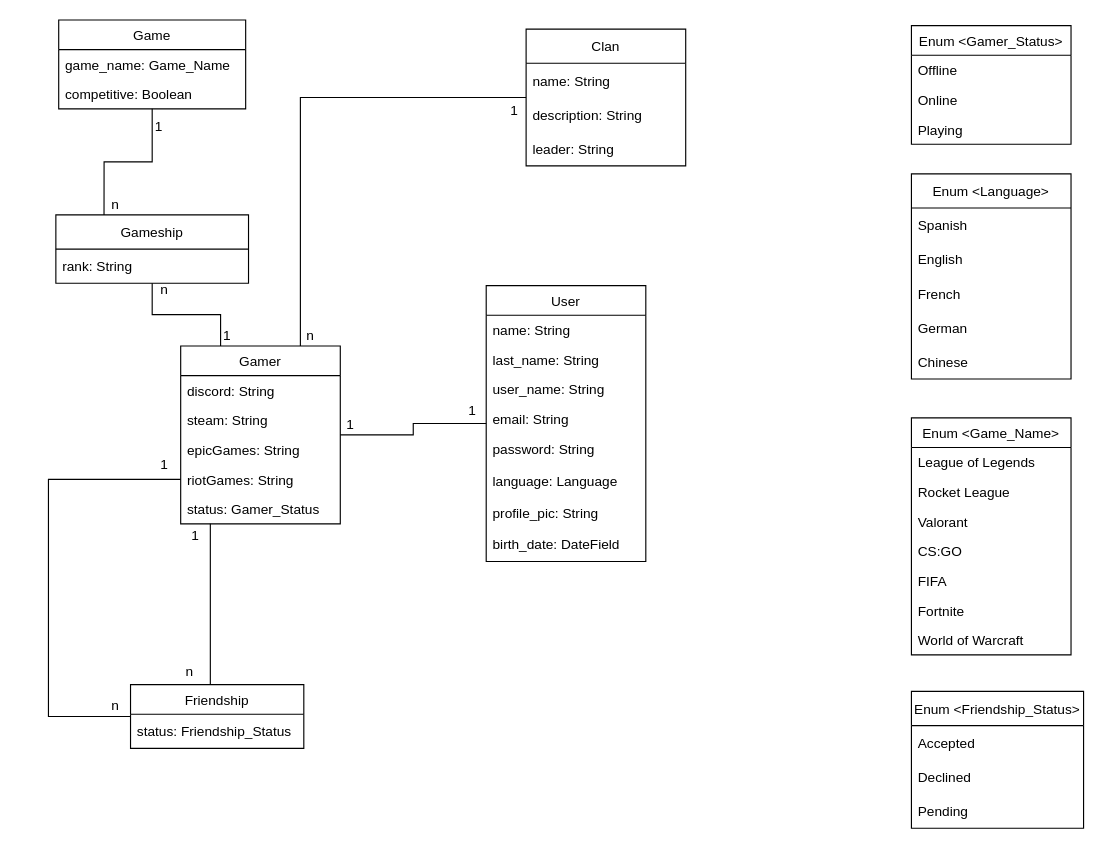
Above: Documentación/UML.drawio in javmarjae/TFG (draw.io), before the change. Source tidied: cells renumbered, new cells numbered last; positions are measured from the earlier drawing's top-left corner, leaving out a move shared by most shapes. Both pictures are drawn from the tidied source at 114%, with x=0, y=0 at pixel (48, 19).
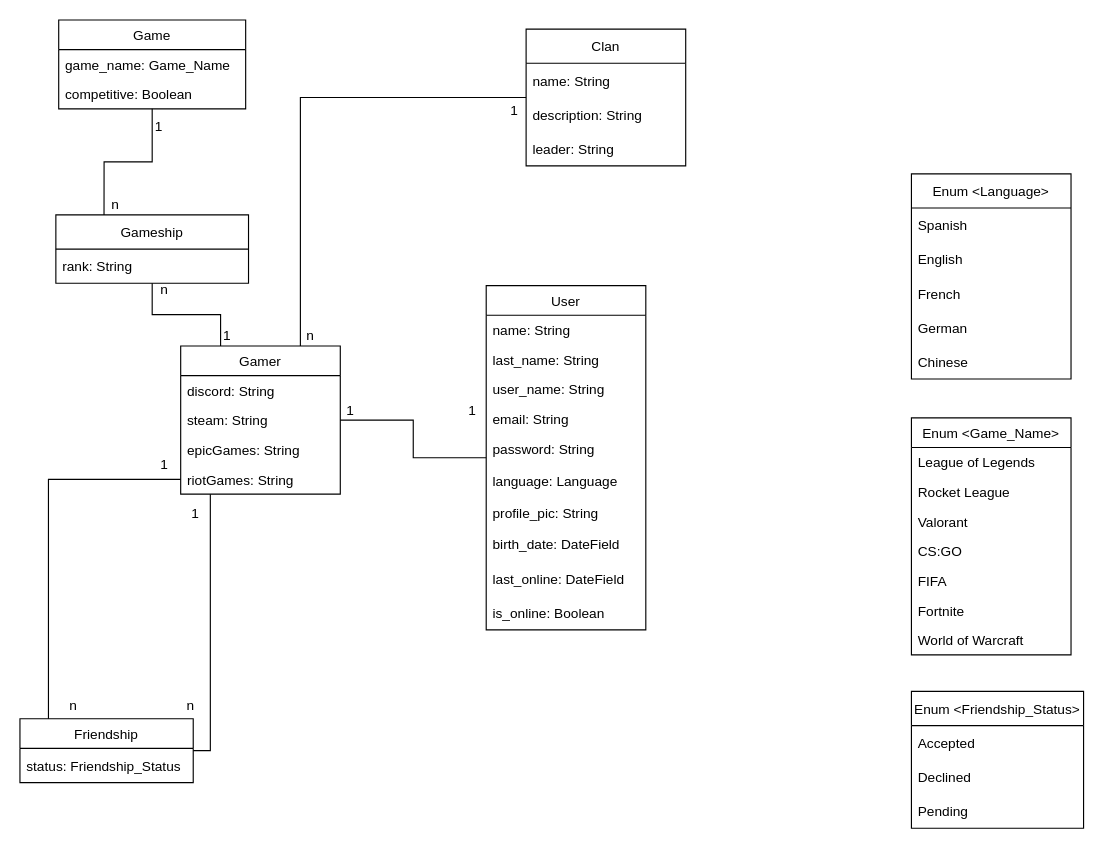
After the change.

Diff of the diagram source:
```diff
@@
     <mxCell id="3" value="User" style="swimlane;fontStyle=0;horizontal=1;startSize=26;fillColor=none;" parent="1" vertex="1">
-      <mxGeometry x="384" y="233" width="140" height="242" as="geometry" />
+      <mxGeometry x="384" y="233" width="140" height="302" as="geometry" />
     </mxCell>
@@
+    <mxCell id="68" value="last_online: DateField" style="text;strokeColor=none;fillColor=none;align=left;verticalAlign=middle;spacingLeft=4;spacingRight=4;overflow=hidden;" parent="3" vertex="1">
+      <mxGeometry y="242" width="140" height="30" as="geometry" />
+    </mxCell>
+    <mxCell id="69" value="is_online: Boolean" style="text;strokeColor=none;fillColor=none;align=left;verticalAlign=middle;spacingLeft=4;spacingRight=4;overflow=hidden;" parent="3" vertex="1">
+      <mxGeometry y="272" width="140" height="30" as="geometry" />
+    </mxCell>
@@
     <mxCell id="24" value="Gamer" style="swimlane;fontStyle=0;horizontal=1;startSize=26;fillColor=none;" parent="1" vertex="1">
-      <mxGeometry x="116" y="286" width="140" height="156" as="geometry" />
+      <mxGeometry x="116" y="286" width="140" height="130" as="geometry" />
     </mxCell>
@@
-    <mxCell id="29" value="status: Gamer_Status" style="text;strokeColor=none;fillColor=none;align=left;verticalAlign=top;spacingLeft=4;spacingRight=4;overflow=hidden;" parent="24" vertex="1">
-      <mxGeometry y="130" width="140" height="26" as="geometry" />
-    </mxCell>
-    <mxCell id="30" value="Enum &lt;Gamer_Status&gt;" style="swimlane;fontStyle=0;horizontal=1;startSize=26;fillColor=none;" parent="1" vertex="1">
-      <mxGeometry x="757" y="5" width="140" height="104" as="geometry" />
-    </mxCell>
-    <mxCell id="31" value="Offline" style="text;strokeColor=none;fillColor=none;align=left;verticalAlign=top;spacingLeft=4;spacingRight=4;overflow=hidden;" parent="30" vertex="1">
-      <mxGeometry y="26" width="140" height="26" as="geometry" />
-    </mxCell>
-    <mxCell id="32" value="Online" style="text;strokeColor=none;fillColor=none;align=left;verticalAlign=top;spacingLeft=4;spacingRight=4;overflow=hidden;" parent="30" vertex="1">
-      <mxGeometry y="52" width="140" height="26" as="geometry" />
-    </mxCell>
-    <mxCell id="33" value="Playing" style="text;strokeColor=none;fillColor=none;align=left;verticalAlign=top;spacingLeft=4;spacingRight=4;overflow=hidden;" parent="30" vertex="1">
-      <mxGeometry y="78" width="140" height="26" as="geometry" />
-    </mxCell>
@@
     <mxCell id="39" value="1" style="text;html=1;strokeColor=none;fillColor=none;align=center;verticalAlign=middle;whiteSpace=wrap;rounded=0;" parent="1" vertex="1">
-      <mxGeometry x="235" y="340" width="60" height="30" as="geometry" />
+      <mxGeometry x="235" y="328" width="60" height="30" as="geometry" />
     </mxCell>
@@
     <mxCell id="53" value="Friendship" style="swimlane;fontStyle=0;horizontal=1;startSize=26;fillColor=none;" parent="1" vertex="1">
-      <mxGeometry x="72" y="583" width="152" height="56" as="geometry" />
+      <mxGeometry x="-25" y="613" width="152" height="56" as="geometry" />
     </mxCell>
@@
     <mxCell id="55" value="1" style="text;html=1;strokeColor=none;fillColor=none;align=center;verticalAlign=middle;whiteSpace=wrap;rounded=0;" parent="1" vertex="1">
-      <mxGeometry x="99" y="438" width="60" height="30" as="geometry" />
+      <mxGeometry x="99" y="418" width="60" height="30" as="geometry" />
     </mxCell>
     <mxCell id="56" value="n" style="text;html=1;strokeColor=none;fillColor=none;align=center;verticalAlign=middle;whiteSpace=wrap;rounded=0;" parent="1" vertex="1">
-      <mxGeometry x="94" y="557" width="60" height="30" as="geometry" />
+      <mxGeometry x="95" y="587" width="60" height="30" as="geometry" />
     </mxCell>
@@
     <mxCell id="58" value="n" style="text;html=1;strokeColor=none;fillColor=none;align=center;verticalAlign=middle;whiteSpace=wrap;rounded=0;" parent="1" vertex="1">
-      <mxGeometry x="29" y="587" width="60" height="30" as="geometry" />
+      <mxGeometry x="-8" y="587" width="60" height="30" as="geometry" />
     </mxCell>
```
